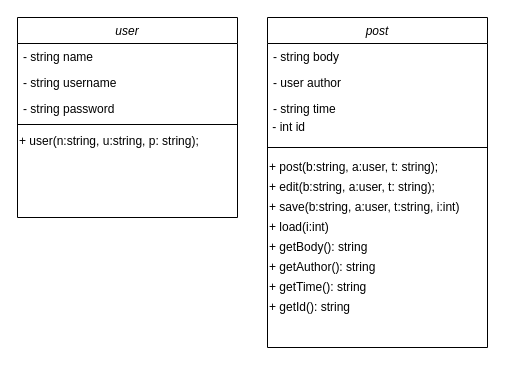
krumilurfigur/loggbok keeps this draw.io diagram as klassdiagram.drawio. Above is the earlier version. Source tidied: cells renumbered, new cells numbered last; positions are measured from the earlier drawing's top-left corner, leaving out a move shared by most shapes. Both pictures are drawn from the tidied source at 100%, with x=0, y=0 at pixel (17, 17).
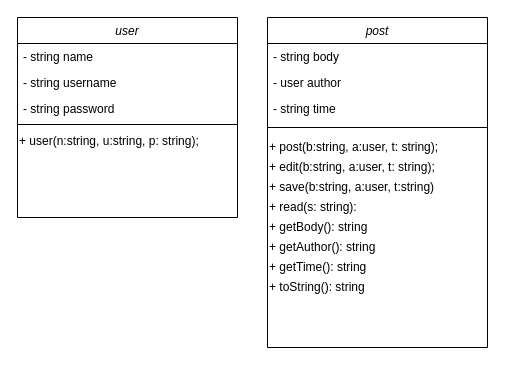
The same page after the edit.

The change refers to these unchanged cells:
```xml
<mxCell id="8" value="post" style="swimlane;fontStyle=2;align=center;verticalAlign=top;horizontal=1;startSize=26;rounded=0;shadow=0;strokeWidth=1;" parent="1" vertex="1">
  <mxGeometry x="250" width="220" height="330" as="geometry" />
</mxCell>
```

The edit, as a diff of the source:
```diff
@@
-    <mxCell id="12" value="&amp;nbsp;- int id" style="text;html=1;align=left;verticalAlign=middle;rotation=0;" parent="8" vertex="1">
-      <mxGeometry y="100" width="220" height="20" as="geometry" />
-    </mxCell>
     <mxCell id="13" style="line;html=1;strokeWidth=1;align=left;verticalAlign=middle;spacingTop=-1;spacingLeft=3;spacingRight=3;labelPosition=right;" parent="8" vertex="1">
-      <mxGeometry y="120" width="220" height="20" as="geometry" />
+      <mxGeometry y="100" width="220" height="20" as="geometry" />
     </mxCell>
     <mxCell id="14" value="+ post(b:string, a:user, t: string);" style="text;html=1;align=left;verticalAlign=middle;rotation=0;" parent="8" vertex="1">
-      <mxGeometry y="140" width="220" height="20" as="geometry" />
+      <mxGeometry y="120" width="220" height="20" as="geometry" />
     </mxCell>
     <mxCell id="15" value="+ edit(b:string, a:user, t: string);" style="text;html=1;align=left;verticalAlign=middle;rotation=0;" parent="8" vertex="1">
-      <mxGeometry y="160" width="220" height="20" as="geometry" />
+      <mxGeometry y="140" width="220" height="20" as="geometry" />
     </mxCell>
-    <mxCell id="16" value="+ save(b:string, a:user, t:string, i:int)" style="text;html=1;align=left;verticalAlign=middle;rotation=0;" parent="8" vertex="1">
-      <mxGeometry y="180" width="220" height="20" as="geometry" />
+    <mxCell id="16" value="+ save(b:string, a:user, t:string)" style="text;html=1;align=left;verticalAlign=middle;rotation=0;" parent="8" vertex="1">
+      <mxGeometry y="160" width="220" height="20" as="geometry" />
     </mxCell>
-    <mxCell id="17" value="+ load(i:int)" style="text;html=1;align=left;verticalAlign=middle;rotation=0;" parent="8" vertex="1">
-      <mxGeometry y="200" width="220" height="20" as="geometry" />
+    <mxCell id="17" value="+ read(s: string):" style="text;html=1;align=left;verticalAlign=middle;rotation=0;" parent="8" vertex="1">
+      <mxGeometry y="180" width="220" height="20" as="geometry" />
     </mxCell>
     <mxCell id="18" value="+ getBody(): string" style="text;html=1;align=left;verticalAlign=middle;rotation=0;" parent="8" vertex="1">
-      <mxGeometry y="220" width="220" height="20" as="geometry" />
+      <mxGeometry y="200" width="220" height="20" as="geometry" />
     </mxCell>
     <mxCell id="19" value="+ getAuthor(): string" style="text;html=1;align=left;verticalAlign=middle;rotation=0;" parent="8" vertex="1">
-      <mxGeometry y="240" width="220" height="20" as="geometry" />
+      <mxGeometry y="220" width="220" height="20" as="geometry" />
     </mxCell>
     <mxCell id="20" value="+ getTime(): string" style="text;html=1;align=left;verticalAlign=middle;rotation=0;" parent="8" vertex="1">
-      <mxGeometry y="260" width="220" height="20" as="geometry" />
+      <mxGeometry y="240" width="220" height="20" as="geometry" />
     </mxCell>
-    <mxCell id="21" value="+ getId(): string" style="text;html=1;align=left;verticalAlign=middle;rotation=0;" parent="8" vertex="1">
-      <mxGeometry y="280" width="220" height="20" as="geometry" />
-    </mxCell>
+    <mxCell id="22" value="+ toString(): string" style="text;html=1;align=left;verticalAlign=middle;rotation=0;" parent="8" vertex="1">
+      <mxGeometry y="260" width="220" height="20" as="geometry" />
+    </mxCell>
```
